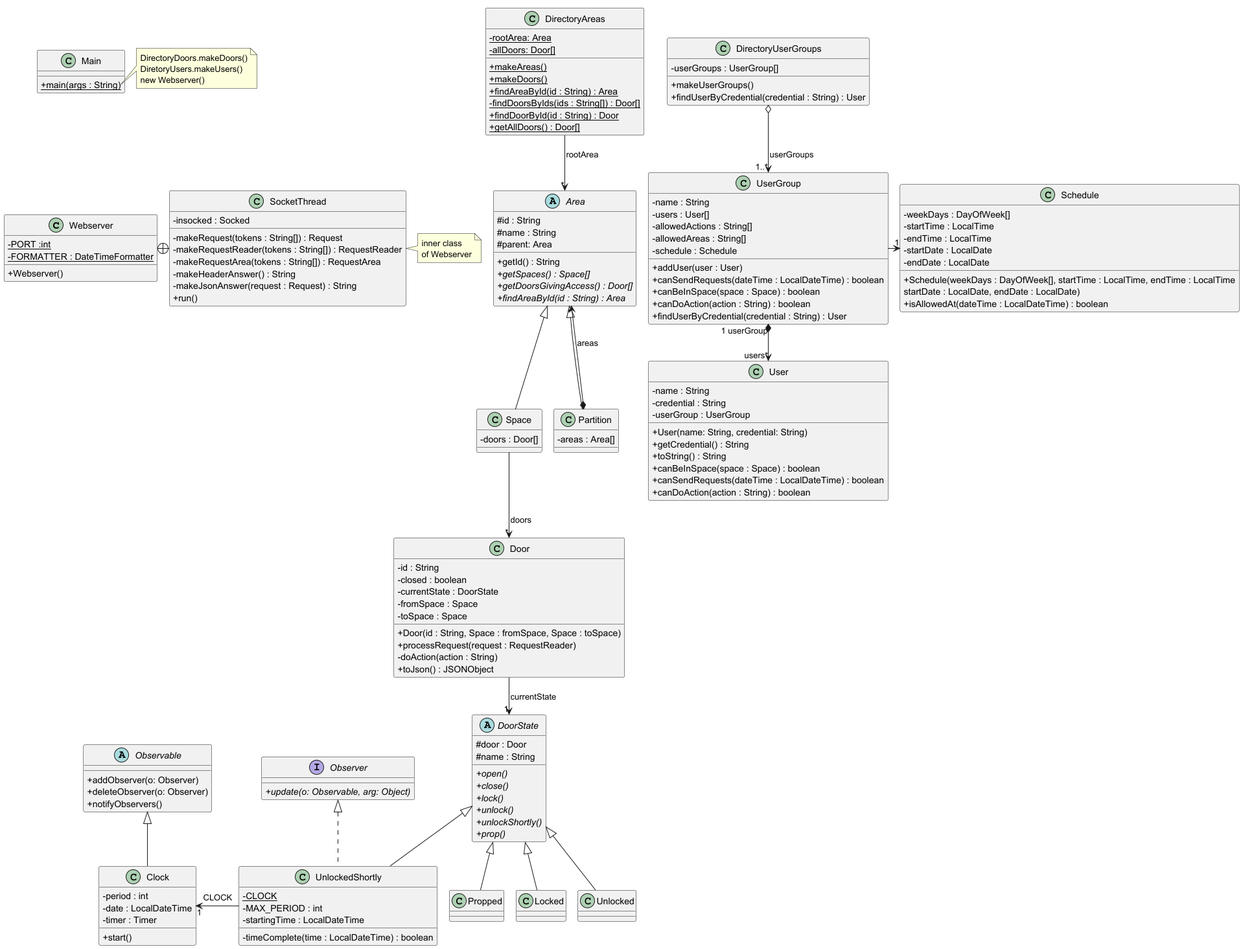
The PlantUML diagram src/baseNoStates/uml/base_no_states.png in cantepoler/acs_uab, before a commit.
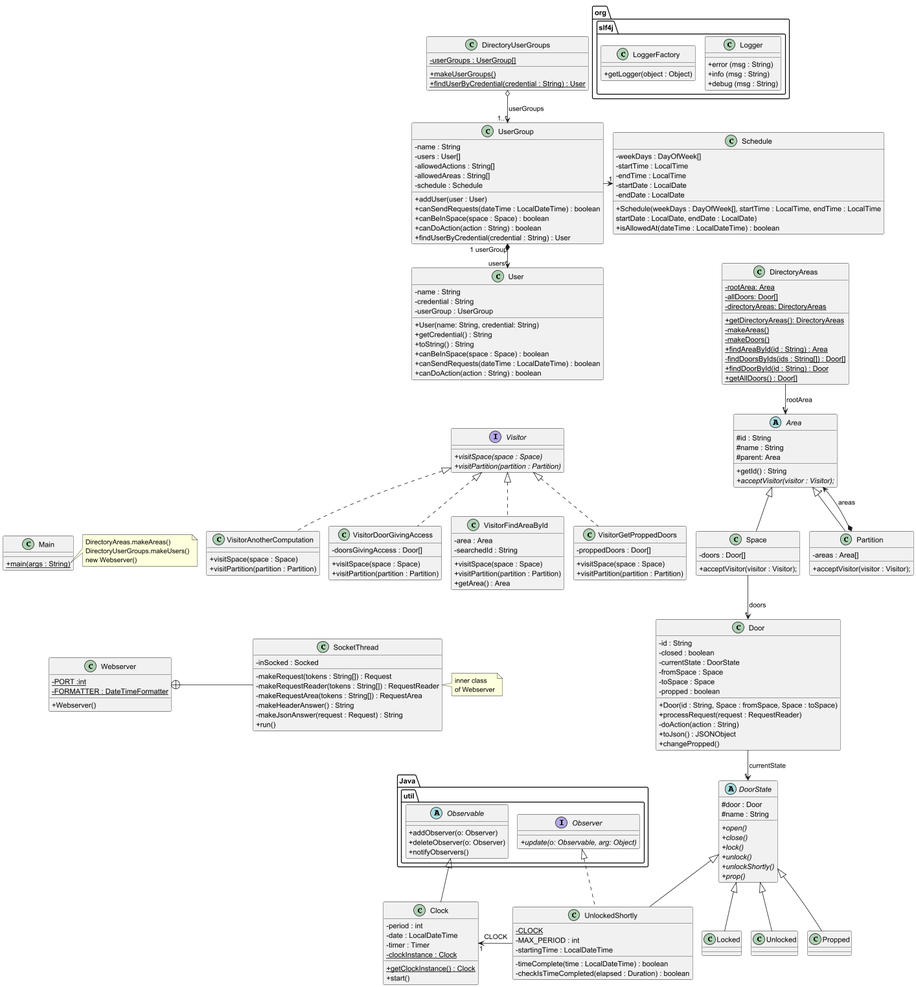
The same diagram one commit later.

Commit message:
uml and getName from area

The edit, as a diff of the source:
```diff
@@ -9,7 +9,7 @@
 }
 
 class SocketThread {
-- insocked : Socked
+- inSocked : Socked
 - makeRequest(tokens : String[]) : Request
 - makeRequestReader(tokens : String[]) : RequestReader
 - makeRequestArea(tokens : String[]) : RequestArea
@@ -27,14 +27,16 @@
 
 class DirectoryAreas
 {
-{static}-rootArea: Area
-{static}-allDoors: Door[]
-{static}+makeAreas()
-{static}+makeDoors()
-{static}+findAreaById(id : String) : Area
-{static}-findDoorsByIds(ids : String[]) : Door[]
-{static}+findDoorById(id : String) : Door
-{static}+getAllDoors() : Door[]
+{static}- rootArea: Area
+{static}- allDoors: Door[]
+{static}- directoryAreas: DirectoryAreas
+{static}+ getDirectoryAreas(): DirectoryAreas
+{static}- makeAreas()
+{static}- makeDoors()
+{static}+ findAreaById(id : String) : Area
+{static}- findDoorsByIds(ids : String[]) : Door[]
+{static}+ findDoorById(id : String) : Door
+{static}+ getAllDoors() : Door[]
 }
 
 DirectoryAreas --> "*" Area : "rootArea"
@@ -45,16 +47,18 @@
 - currentState : DoorState
 - fromSpace : Space
 - toSpace : Space
+- propped : boolean
 + Door(id : String, Space : fromSpace, Space : toSpace)
 + processRequest(request : RequestReader)
 - doAction(action : String)
 + toJson() : JSONObject
++ changePropped()
 }
 
 class DirectoryUserGroups {
-- userGroups : UserGroup[]
-+ makeUserGroups()
-+ findUserByCredential(credential : String) : User
+{static}- userGroups : UserGroup[]
+{static}+ makeUserGroups()
+{static}+ findUserByCredential(credential : String) : User
 }
 
 DirectoryUserGroups o--> "1..*" UserGroup : "userGroups"
@@ -121,15 +125,12 @@
 class Unlocked extends DoorState{
 }
 
-interface Observer{
-{abstract}+ update(o: Observable, arg: Object)
-}
-
-class UnlockedShortly extends DoorState implements Observer{
+class UnlockedShortly extends DoorState{
 {static}- CLOCK
 - MAX_PERIOD : int
 - startingTime : LocalDateTime
 - timeComplete(time : LocalDateTime) : boolean
+- checkIsTimeCompleted(elapsed : Duration) : boolean
 }
 
 class Propped extends DoorState{
@@ -140,37 +141,63 @@
 #name : String
 #parent: Area
 + getId() : String
-{abstract}+ getSpaces() : Space[]
-{abstract}+ getDoorsGivingAccess() : Door[]
-{abstract}+ findAreaById(id : String) : Area
+{abstract}+ acceptVisitor(visitor : Visitor);
 }
 
 class Space extends Area{
 - doors : Door[]
++ acceptVisitor(visitor : Visitor);
 }
 
 class Partition extends Area{
 - areas : Area[]
++ acceptVisitor(visitor : Visitor);
 }
 
-abstract Observable {
-+ addObserver(o: Observer)
-+ deleteObserver(o: Observer)
-+ notifyObservers()
-}
-
-class Clock extends Observable {
+class Clock{
 - period : int
 - date : LocalDateTime
 - timer : Timer
+{static}- clockInstance : Clock
+{static}+ getClockInstance() : Clock
 + start()
+}
+
+interface Visitor {
+ {abstract}+ visitSpace(space : Space)
+ {abstract}+ visitPartition(partition : Partition)
+}
+
+class VisitorAnotherComputation implements Visitor {
++ visitSpace(space : Space)
++ visitPartition(partition : Partition)
+}
+
+class VisitorDoorGivingAccess implements Visitor {
+- doorsGivingAccess : Door[]
++ visitSpace(space : Space)
++ visitPartition(partition : Partition)
+}
+
+class VisitorFindAreaById implements Visitor {
+- area : Area
+- searchedId : String
++ visitSpace(space : Space)
++ visitPartition(partition : Partition)
++ getArea() : Area
+}
+
+class VisitorGetProppedDoors implements Visitor {
+- proppedDoors : Door[]
++ visitSpace(space : Space)
++ visitPartition(partition : Partition)
 }
 
 UnlockedShortly -left->"1" Clock : CLOCK
 
 note right of Main::main
-DirectoryDoors.makeDoors()
-DiretoryUsers.makeUsers()
+DirectoryAreas.makeAreas()
+DirectoryUserGroups.makeUsers()
 new Webserver()
 end note
 
@@ -178,4 +205,33 @@
 Door -->"1" DoorState : currentState
 Partition *-->"*" Area : areas
 Space -->"*" Door : doors
+
+package Java.util {
+abstract Observable {
++ addObserver(o: Observer)
++ deleteObserver(o: Observer)
++ notifyObservers()
+}
+interface Observer{
+{abstract}+ update(o: Observable, arg: Object)
+}
+
+Observable <|-- Clock
+Observer <|.. UnlockedShortly
+}
+
+package org.slf4j {
+    class Logger {
+    + error (msg : String)
+    + info (msg : String)
+    + debug (msg : String)
+    }
+    class LoggerFactory {
+    + getLogger(object : Object)
+    }
+}
+
+User -[hidden]down- Visitor
+Area -[hidden]left- Visitor
+SocketThread -[hidden]up- VisitorGetProppedDoors
 @enduml
```
